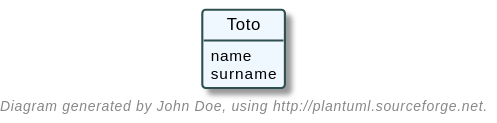
Earlier version of the PlantUML export test.svg (jmbruel/td4-plantuml-jmbruel). Its source is kept beside it as test.plantuml.
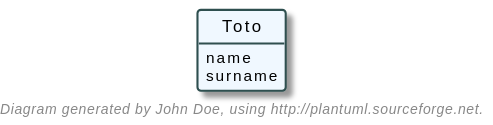
After the commit.

What changed in the source:
```diff
@@ -2,8 +2,8 @@
 !include config.cfg
 
 class Toto {
-    name
-    surname
+    nom
+    prenom
 }
 
 @enduml
```
